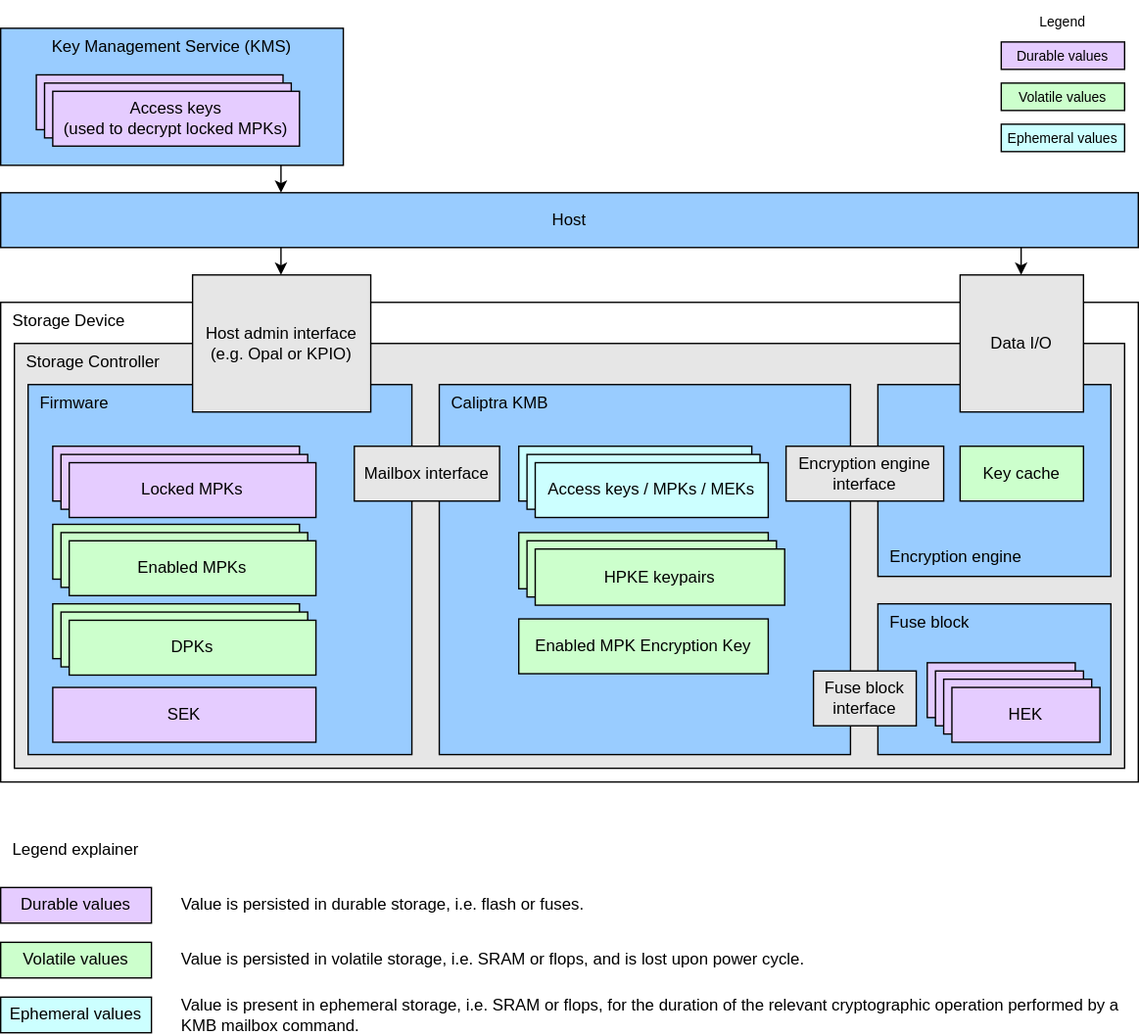
The draw.io diagram doc/ocp_lock/diagrams/architecture_diagram.drawio.svg in chipsalliance/Caliptra, before a commit. Source tidied: cells renumbered, new cells last; positions are measured from the earlier drawing's top-left corner, leaving out a move shared by most shapes.
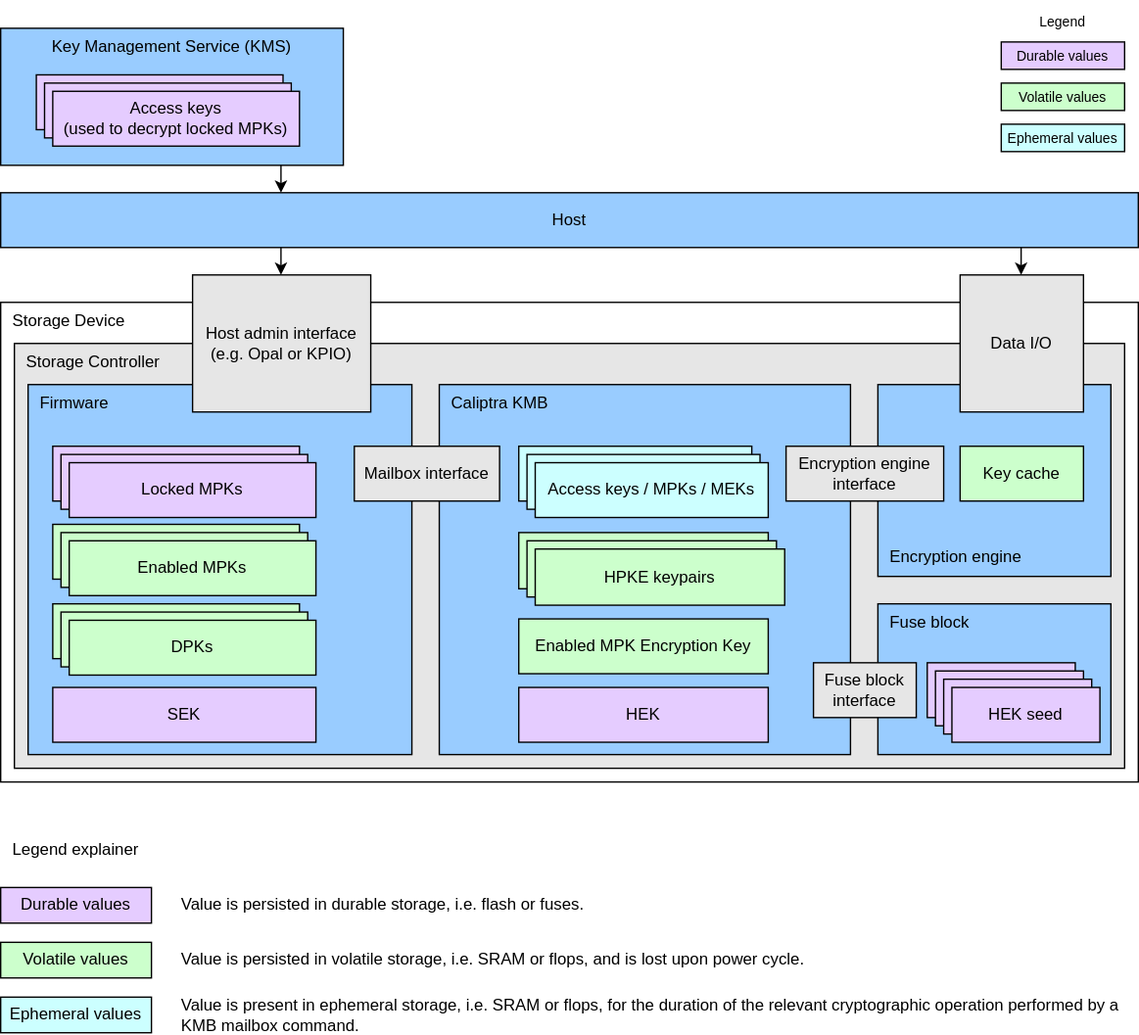
After the commit.

Diff of the diagram source:
```diff
@@ -42,7 +42,7 @@
       <mxGeometry x="640" y="440" width="170" height="110" as="geometry" />
     </mxCell>
     <mxCell id="15" value="&lt;div&gt;&lt;font color=&quot;#000000&quot;&gt;Fuse block&lt;/font&gt;&lt;/div&gt;&lt;div&gt;&lt;font color=&quot;#000000&quot;&gt;interface&lt;/font&gt;&lt;/div&gt;" style="rounded=0;whiteSpace=wrap;html=1;align=center;verticalAlign=middle;shadow=0;glass=0;spacingLeft=0;spacingBottom=0;spacingTop=0;fillColor=#E6E6E6;" parent="1" vertex="1">
-      <mxGeometry x="593" y="489" width="75" height="40" as="geometry" />
+      <mxGeometry x="593" y="483" width="75" height="40" as="geometry" />
     </mxCell>
     <mxCell id="16" value="&lt;div&gt;&lt;font color=&quot;#000000&quot;&gt;Host admin interface&lt;/font&gt;&lt;/div&gt;&lt;div&gt;&lt;font color=&quot;#000000&quot;&gt;(e.g. Opal or KPIO)&lt;/font&gt;&lt;/div&gt;" style="rounded=0;whiteSpace=wrap;html=1;align=center;verticalAlign=middle;shadow=0;glass=0;spacingLeft=0;spacingBottom=0;spacingTop=0;fillColor=#E6E6E6;" parent="1" vertex="1">
       <mxGeometry x="140" y="200" width="130" height="100" as="geometry" />
@@ -104,7 +104,7 @@
     <mxCell id="32" value="Legend" style="text;strokeColor=none;align=center;fillColor=none;html=1;verticalAlign=middle;whiteSpace=wrap;rounded=0;fontSize=10;" parent="1" vertex="1">
       <mxGeometry x="745" width="60" height="30" as="geometry" />
     </mxCell>
-    <mxCell id="33" value="HEK" style="rounded=0;whiteSpace=wrap;html=1;align=center;verticalAlign=middle;shadow=0;glass=0;spacingLeft=0;spacingBottom=0;spacingTop=0;fillColor=#E5CCFF;" parent="1" vertex="1">
+    <mxCell id="33" value="HEK seed" style="rounded=0;whiteSpace=wrap;html=1;align=center;verticalAlign=middle;shadow=0;glass=0;spacingLeft=0;spacingBottom=0;spacingTop=0;fillColor=#E5CCFF;" parent="1" vertex="1">
       <mxGeometry x="694" y="501" width="108" height="40" as="geometry" />
     </mxCell>
     <mxCell id="34" value="&lt;div&gt;&lt;font color=&quot;#000000&quot;&gt;Volatile values&lt;/font&gt;&lt;/div&gt;" style="rounded=0;whiteSpace=wrap;html=1;align=center;verticalAlign=middle;shadow=0;glass=0;spacingLeft=0;spacingBottom=0;spacingTop=0;fillColor=#CCFFCC;fontSize=10;" parent="1" vertex="1">
@@ -167,5 +167,8 @@
     <mxCell id="53" value="HPKE keypairs" style="rounded=0;whiteSpace=wrap;html=1;align=center;verticalAlign=middle;shadow=0;glass=0;spacingLeft=0;spacingBottom=0;spacingTop=0;fillColor=#CCFFCC;" parent="1" vertex="1">
       <mxGeometry x="390" y="400" width="182" height="41" as="geometry" />
     </mxCell>
+    <mxCell id="54" value="HEK" style="rounded=0;whiteSpace=wrap;html=1;align=center;verticalAlign=middle;shadow=0;glass=0;spacingLeft=0;spacingBottom=0;spacingTop=0;fillColor=#E5CCFF;" parent="1" vertex="1">
+      <mxGeometry x="378" y="501" width="182" height="40" as="geometry" />
+    </mxCell>
   </root>
 </mxGraphModel>
```
